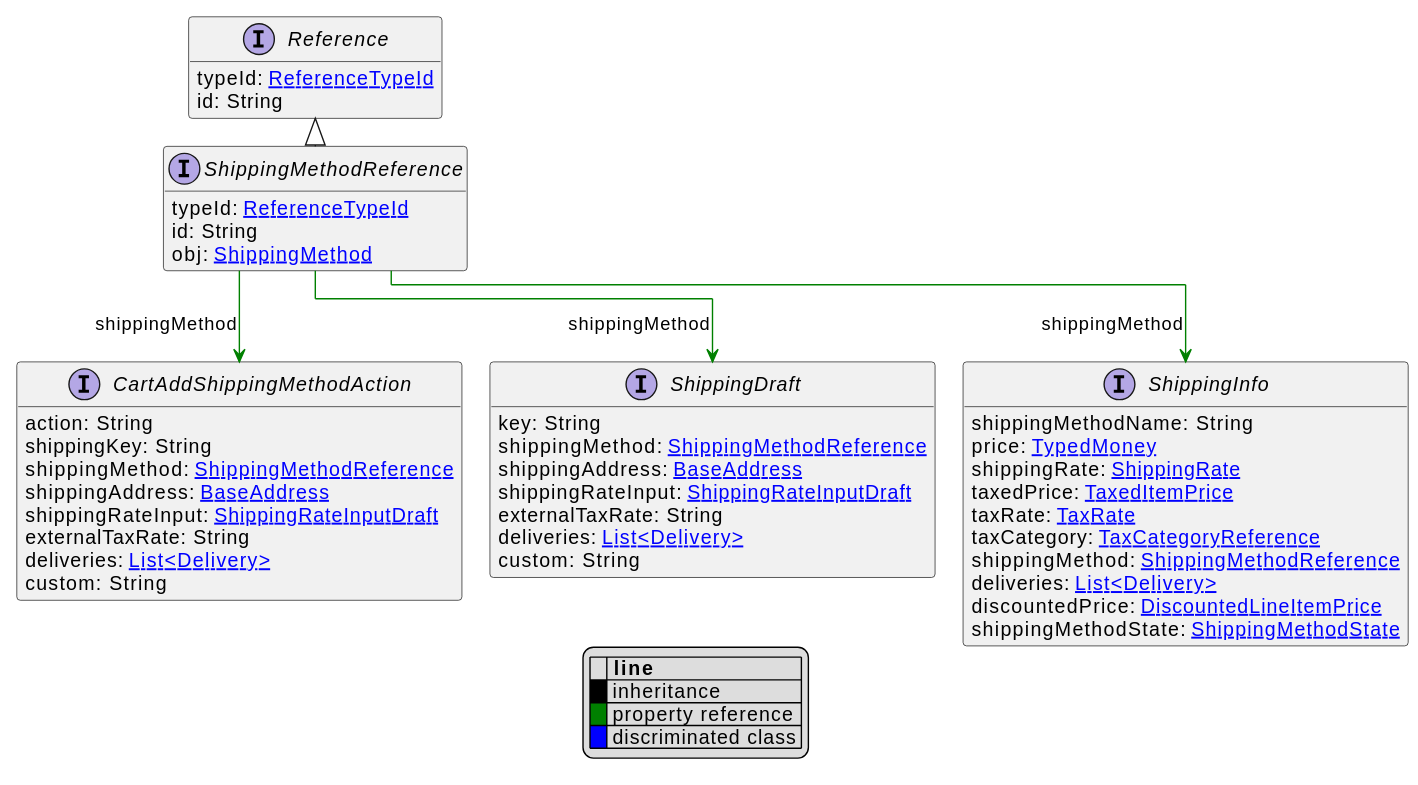
Before: uml/api/svg/ShippingMethodReference.svg, a diagram exported from PlantUML (commercetools/commercetools-api-reference). Source of this version:
```plantuml
@startuml
!pragma layout elk
hide empty fields
hide empty methods
legend
|= |= line |
|<back:black>   </back>| inheritance |
|<back:green>   </back>| property reference |
|<back:blue>   </back>| discriminated class |
endlegend
interface ShippingMethodReference [[ShippingMethodReference.svg]] extends Reference {
    typeId: [[ReferenceTypeId.svg ReferenceTypeId]]
    id: String
    obj: [[ShippingMethod.svg ShippingMethod]]
}
interface Reference [[Reference.svg]]  {
    typeId: [[ReferenceTypeId.svg ReferenceTypeId]]
    id: String
}


interface ShippingDraft [[ShippingDraft.svg]]  {
    key: String
    shippingMethod: [[ShippingMethodReference.svg ShippingMethodReference]]
    shippingAddress: [[BaseAddress.svg BaseAddress]]
    shippingRateInput: [[ShippingRateInputDraft.svg ShippingRateInputDraft]]
    externalTaxRate: String
    deliveries: [[Delivery.svg List<Delivery>]]
    custom: String
}
interface ShippingInfo [[ShippingInfo.svg]]  {
    shippingMethodName: String
    price: [[TypedMoney.svg TypedMoney]]
    shippingRate: [[ShippingRate.svg ShippingRate]]
    taxedPrice: [[TaxedItemPrice.svg TaxedItemPrice]]
    taxRate: [[TaxRate.svg TaxRate]]
    taxCategory: [[TaxCategoryReference.svg TaxCategoryReference]]
    shippingMethod: [[ShippingMethodReference.svg ShippingMethodReference]]
    deliveries: [[Delivery.svg List<Delivery>]]
    discountedPrice: [[DiscountedLineItemPrice.svg DiscountedLineItemPrice]]
    shippingMethodState: [[ShippingMethodState.svg ShippingMethodState]]
}
interface CartAddShippingMethodAction [[CartAddShippingMethodAction.svg]]  {
    action: String
    shippingKey: String
    shippingMethod: [[ShippingMethodReference.svg ShippingMethodReference]]
    shippingAddress: [[BaseAddress.svg BaseAddress]]
    shippingRateInput: [[ShippingRateInputDraft.svg ShippingRateInputDraft]]
    externalTaxRate: String
    deliveries: [[Delivery.svg List<Delivery>]]
    custom: String
}

ShippingMethodReference --> ShippingDraft #green;text:green : "shippingMethod"
ShippingMethodReference --> ShippingInfo #green;text:green : "shippingMethod"
ShippingMethodReference --> CartAddShippingMethodAction #green;text:green : "shippingMethod"
@enduml
```
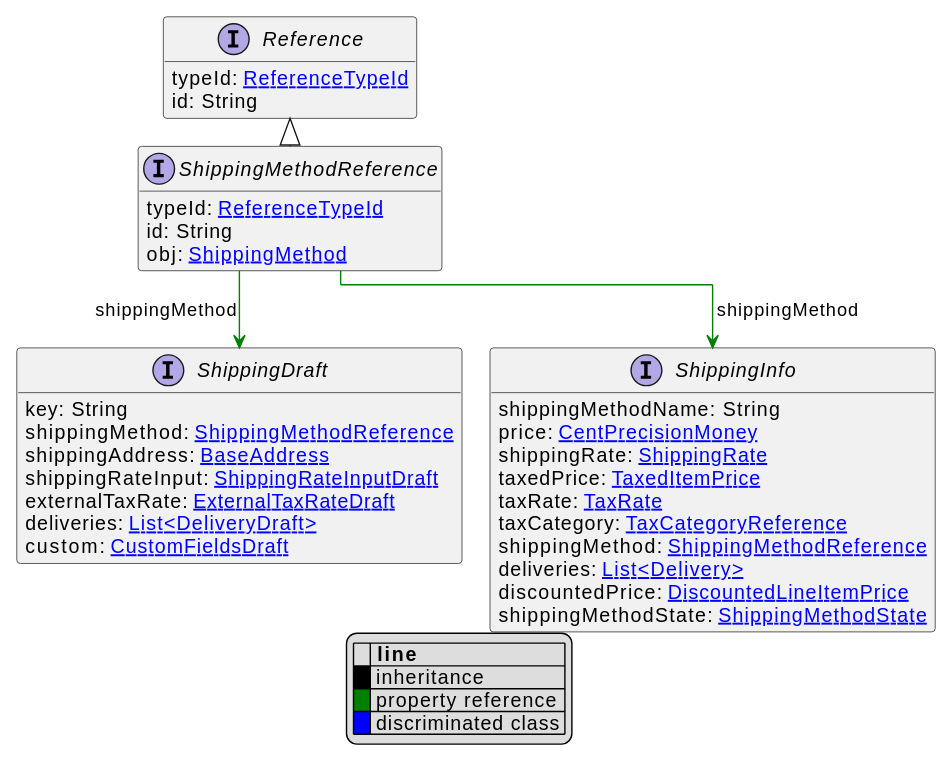
Later version of the same file.

Change to the diagram source:
```diff
@@ -24,13 +24,13 @@
     shippingMethod: [[ShippingMethodReference.svg ShippingMethodReference]]
     shippingAddress: [[BaseAddress.svg BaseAddress]]
     shippingRateInput: [[ShippingRateInputDraft.svg ShippingRateInputDraft]]
-    externalTaxRate: String
-    deliveries: [[Delivery.svg List<Delivery>]]
-    custom: String
+    externalTaxRate: [[ExternalTaxRateDraft.svg ExternalTaxRateDraft]]
+    deliveries: [[DeliveryDraft.svg List<DeliveryDraft>]]
+    custom: [[CustomFieldsDraft.svg CustomFieldsDraft]]
 }
 interface ShippingInfo [[ShippingInfo.svg]]  {
     shippingMethodName: String
-    price: [[TypedMoney.svg TypedMoney]]
+    price: [[CentPrecisionMoney.svg CentPrecisionMoney]]
     shippingRate: [[ShippingRate.svg ShippingRate]]
     taxedPrice: [[TaxedItemPrice.svg TaxedItemPrice]]
     taxRate: [[TaxRate.svg TaxRate]]
@@ -40,18 +40,7 @@
     discountedPrice: [[DiscountedLineItemPrice.svg DiscountedLineItemPrice]]
     shippingMethodState: [[ShippingMethodState.svg ShippingMethodState]]
 }
-interface CartAddShippingMethodAction [[CartAddShippingMethodAction.svg]]  {
-    action: String
-    shippingKey: String
-    shippingMethod: [[ShippingMethodReference.svg ShippingMethodReference]]
-    shippingAddress: [[BaseAddress.svg BaseAddress]]
-    shippingRateInput: [[ShippingRateInputDraft.svg ShippingRateInputDraft]]
-    externalTaxRate: String
-    deliveries: [[Delivery.svg List<Delivery>]]
-    custom: String
-}
 
 ShippingMethodReference --> ShippingDraft #green;text:green : "shippingMethod"
 ShippingMethodReference --> ShippingInfo #green;text:green : "shippingMethod"
-ShippingMethodReference --> CartAddShippingMethodAction #green;text:green : "shippingMethod"
 @enduml
```
